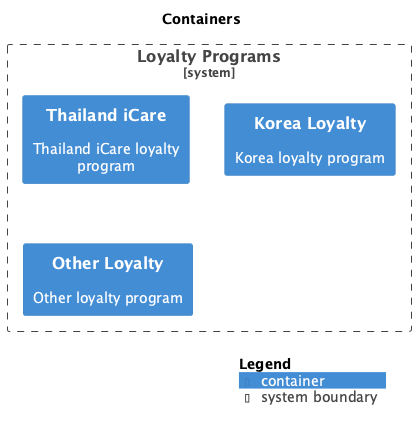
The PlantUML diagram main/png/Level2_loyalty-adapter_Containers.png in kzsahay/teds, before a commit.
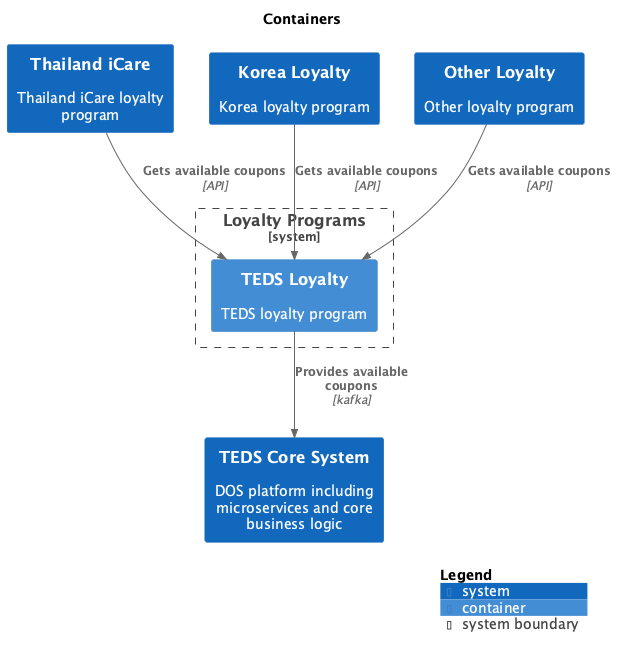
After the change.

Change to the diagram source:
```diff
@@ -8,12 +8,19 @@
 !include <C4/C4_Context>
 !include <C4/C4_Container>
 
+System(TEDSCoreSystem, "TEDS Core System", $descr="DOS platform including microservices and core business logic", $tags="", $link="")
+System(ThailandiCare, "Thailand iCare", $descr="Thailand iCare loyalty program", $tags="", $link="")
+System(KoreaLoyalty, "Korea Loyalty", $descr="Korea loyalty program", $tags="", $link="")
+System(OtherLoyalty, "Other Loyalty", $descr="Other loyalty program", $tags="", $link="")
+
 System_Boundary("LoyaltyPrograms_boundary", "Loyalty Programs", $tags="") {
-  Container(LoyaltyPrograms.ThailandiCare, "Thailand iCare", $techn="", $descr="Thailand iCare loyalty program", $tags="", $link="")
-  Container(LoyaltyPrograms.KoreaLoyalty, "Korea Loyalty", $techn="", $descr="Korea loyalty program", $tags="", $link="")
-  Container(LoyaltyPrograms.OtherLoyalty, "Other Loyalty", $techn="", $descr="Other loyalty program", $tags="", $link="")
+  Container(LoyaltyPrograms.TEDSLoyalty, "TEDS Loyalty", $techn="", $descr="TEDS loyalty program", $tags="", $link="")
 }
 
+Rel(ThailandiCare, LoyaltyPrograms.TEDSLoyalty, "Gets available coupons", $techn="API", $tags="", $link="")
+Rel(KoreaLoyalty, LoyaltyPrograms.TEDSLoyalty, "Gets available coupons", $techn="API", $tags="", $link="")
+Rel(OtherLoyalty, LoyaltyPrograms.TEDSLoyalty, "Gets available coupons", $techn="API", $tags="", $link="")
+Rel(LoyaltyPrograms.TEDSLoyalty, TEDSCoreSystem, "Provides available coupons", $techn="kafka", $tags="", $link="")
 
 SHOW_LEGEND(true)
 @enduml
```
